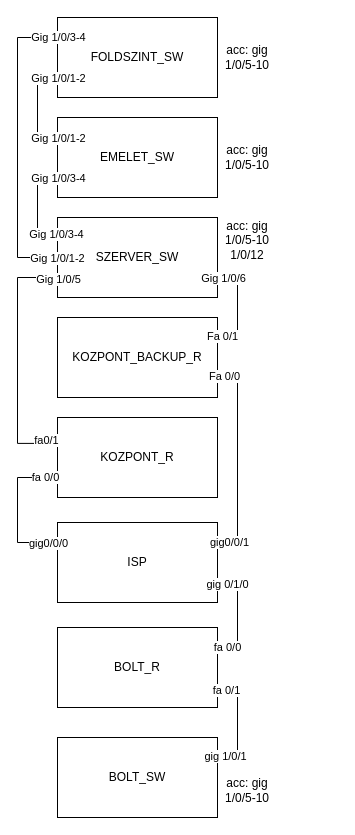
This is prototipus/layout.drawio from pechr1k/QUBE, a draw.io file, before an edit. Source tidied: cells renumbered, new cells numbered last; positions are measured from the earlier drawing's top-left corner, leaving out a move shared by most shapes. Both pictures are drawn from the tidied source at 100%, with x=0, y=0 at pixel (17, 17).
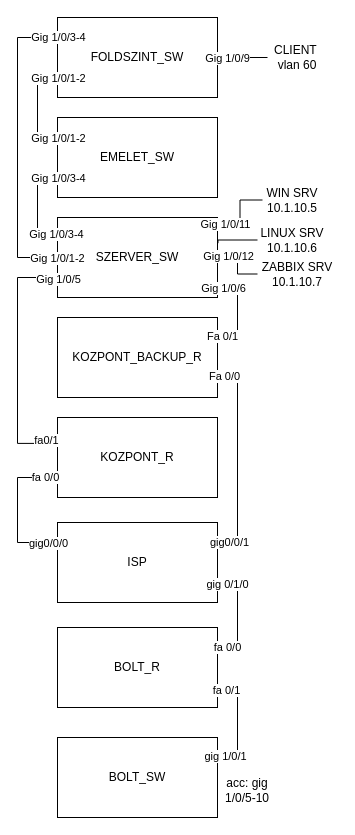
After the change.

Unchanged cells that the change refers to:
```xml
<mxCell id="6" value="KOZPONT_BACKUP_R" style="rounded=0;whiteSpace=wrap;html=1;" parent="1" vertex="1">
  <mxGeometry x="40" y="300" width="160" height="80" as="geometry" />
</mxCell>
<mxCell id="9" value="FOLDSZINT_SW" style="rounded=0;whiteSpace=wrap;html=1;" parent="1" vertex="1">
  <mxGeometry x="40" width="160" height="80" as="geometry" />
</mxCell>
```

The edit, as a diff of the source:
```diff
@@
+    <mxCell id="41" value="LINUX SRV&lt;div&gt;10.1.10.6&lt;/div&gt;" style="text;html=1;whiteSpace=wrap;strokeColor=none;fillColor=none;align=center;verticalAlign=middle;rounded=0;" parent="1" vertex="1">
+      <mxGeometry x="240" y="210" width="70" height="25" as="geometry" />
+    </mxCell>
+    <mxCell id="42" style="edgeStyle=orthogonalEdgeStyle;rounded=0;jettySize=auto;html=1;exitX=0;exitY=0.5;exitDx=0;exitDy=0;entryX=1;entryY=0.5;entryDx=0;entryDy=0;endArrow=none;endFill=0;" parent="1" edge="1" source="47" target="7">
+      <mxGeometry relative="1" as="geometry">
+        <Array as="points">
+          <mxPoint x="220" y="256" />
+          <mxPoint x="220" y="240" />
+        </Array>
+      </mxGeometry>
+    </mxCell>
+    <mxCell id="7" value="SZERVER_SW" style="rounded=0;whiteSpace=wrap;html=1;" parent="1" vertex="1">
+      <mxGeometry x="40" y="200" width="160" height="80" as="geometry" />
+    </mxCell>
+    <mxCell id="43" style="edgeStyle=orthogonalEdgeStyle;rounded=0;jettySize=auto;html=1;exitX=0;exitY=0.5;exitDx=0;exitDy=0;entryX=1.003;entryY=0.321;entryDx=0;entryDy=0;entryPerimeter=0;endArrow=none;endFill=0;" parent="1" edge="1" source="41" target="7">
+      <mxGeometry relative="1" as="geometry">
+        <Array as="points">
+          <mxPoint x="200" y="222" />
+        </Array>
+      </mxGeometry>
+    </mxCell>
+    <mxCell id="44" value="Gig 1/0/12" style="edgeLabel;html=1;align=center;verticalAlign=middle;" parent="43" vertex="1">
+      <mxGeometry x="0.84" y="-2" relative="1" as="geometry">
+        <mxPoint x="9" y="18" as="offset" />
+      </mxGeometry>
+    </mxCell>
@@
-    <mxCell id="7" value="SZERVER_SW" style="rounded=0;whiteSpace=wrap;html=1;" parent="1" vertex="1">
-      <mxGeometry x="40" y="200" width="160" height="80" as="geometry" />
-    </mxCell>
@@
+    <mxCell id="45" style="edgeStyle=orthogonalEdgeStyle;rounded=0;jettySize=auto;html=1;exitX=1;exitY=0.5;exitDx=0;exitDy=0;entryX=0;entryY=0.5;entryDx=0;entryDy=0;endArrow=none;endFill=0;" parent="1" edge="1" source="9" target="37">
+      <mxGeometry relative="1" as="geometry" />
+    </mxCell>
+    <mxCell id="46" value="Gig 1/0/9" style="edgeLabel;html=1;align=center;verticalAlign=middle;" parent="45" vertex="1">
+      <mxGeometry x="-0.63" relative="1" as="geometry" />
+    </mxCell>
@@
-    <mxCell id="22" style="edgeStyle=orthogonalEdgeStyle;rounded=0;jettySize=auto;html=1;exitX=1;exitY=0.25;exitDx=0;exitDy=0;entryX=1;entryY=0.75;entryDx=0;entryDy=0;endArrow=none;endFill=0;" parent="1" edge="1" source="6" target="7">
-      <mxGeometry relative="1" as="geometry" />
+    <mxCell id="22" style="edgeStyle=orthogonalEdgeStyle;rounded=0;jettySize=auto;html=1;exitX=1;exitY=0.25;exitDx=0;exitDy=0;endArrow=none;endFill=0;" parent="1" edge="1" source="6">
+      <mxGeometry relative="1" as="geometry">
+        <mxPoint x="200" y="270" as="targetPoint" />
+        <Array as="points">
+          <mxPoint x="220" y="320" />
+          <mxPoint x="220" y="270" />
+          <mxPoint x="200" y="270" />
+        </Array>
+      </mxGeometry>
     </mxCell>
@@
-    <mxCell id="37" value="acc: gig 1/0/5-10" style="text;html=1;whiteSpace=wrap;strokeColor=none;fillColor=none;align=center;verticalAlign=middle;rounded=0;" parent="1" vertex="1">
-      <mxGeometry x="200" y="25" width="60" height="30" as="geometry" />
+    <mxCell id="37" value="CLIENT&amp;nbsp;&lt;div&gt;vlan 60&lt;/div&gt;" style="text;html=1;whiteSpace=wrap;strokeColor=none;fillColor=none;align=center;verticalAlign=middle;rounded=0;" parent="1" vertex="1">
+      <mxGeometry x="250" y="25" width="60" height="30" as="geometry" />
     </mxCell>
-    <mxCell id="38" value="acc: gig 1/0/5-10" style="text;html=1;whiteSpace=wrap;strokeColor=none;fillColor=none;align=center;verticalAlign=middle;rounded=0;" parent="1" vertex="1">
-      <mxGeometry x="200" y="125" width="60" height="30" as="geometry" />
-    </mxCell>
-    <mxCell id="39" value="acc: gig 1/0/5-10&lt;br&gt;1/0/12" style="text;html=1;whiteSpace=wrap;strokeColor=none;fillColor=none;align=center;verticalAlign=middle;rounded=0;" parent="1" vertex="1">
-      <mxGeometry x="200" y="210" width="60" height="25" as="geometry" />
+    <mxCell id="39" value="WIN SRV&lt;div&gt;10.1.10.5&lt;/div&gt;" style="text;html=1;whiteSpace=wrap;strokeColor=none;fillColor=none;align=center;verticalAlign=middle;rounded=0;" parent="1" vertex="1">
+      <mxGeometry x="245" y="170" width="60" height="25" as="geometry" />
     </mxCell>
@@
+    <mxCell id="47" value="ZABBIX SRV&lt;div&gt;10.1.10.7&lt;/div&gt;" style="text;html=1;whiteSpace=wrap;strokeColor=none;fillColor=none;align=center;verticalAlign=middle;rounded=0;" parent="1" vertex="1">
+      <mxGeometry x="240" y="244" width="80" height="25" as="geometry" />
+    </mxCell>
+    <mxCell id="48" style="edgeStyle=orthogonalEdgeStyle;rounded=0;jettySize=auto;html=1;exitX=0;exitY=0.5;exitDx=0;exitDy=0;entryX=1;entryY=0.125;entryDx=0;entryDy=0;entryPerimeter=0;endArrow=none;endFill=0;" parent="1" edge="1" source="39" target="7">
+      <mxGeometry relative="1" as="geometry" />
+    </mxCell>
+    <mxCell id="49" value="Gig 1/0/11" style="edgeLabel;html=1;align=center;verticalAlign=middle;" parent="48" vertex="1">
+      <mxGeometry x="0.85" y="-2" relative="1" as="geometry">
+        <mxPoint x="2" y="-2" as="offset" />
+      </mxGeometry>
+    </mxCell>
```
